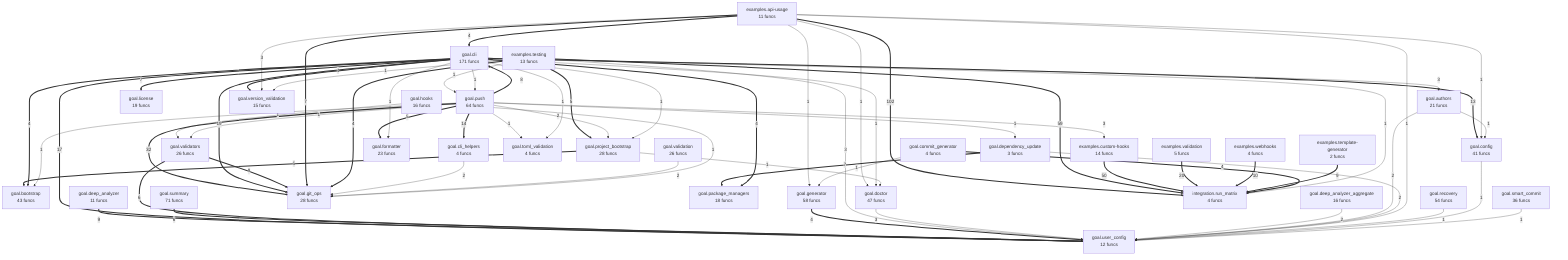
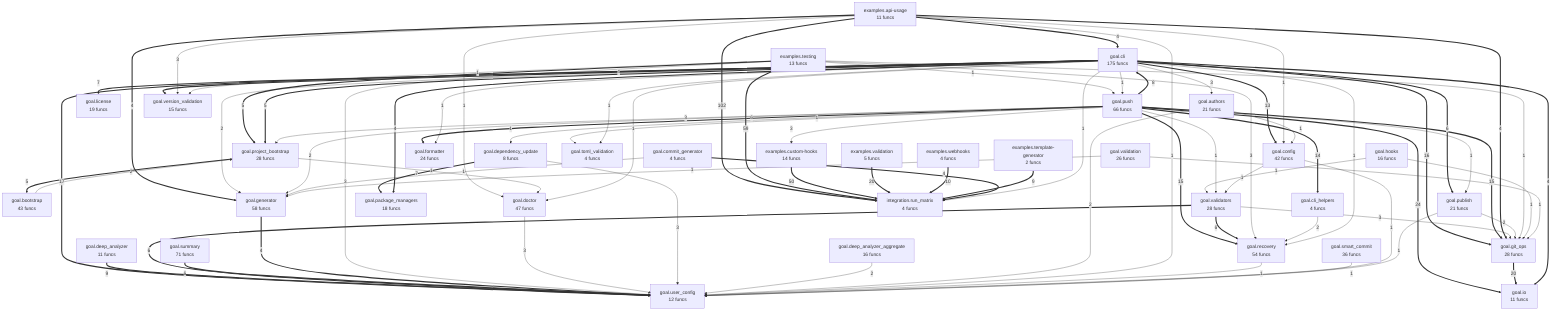
flowchart TD
%% generated in 0.02s
    examples__api_usage["examples.api-usage<br/>11 funcs"]
    examples__custom_hooks["examples.custom-hooks<br/>14 funcs"]
    examples__template_generator["examples.template-generator<br/>2 funcs"]
    examples__testing["examples.testing<br/>13 funcs"]
    examples__validation["examples.validation<br/>5 funcs"]
    examples__webhooks["examples.webhooks<br/>4 funcs"]
    goal__authors["goal.authors<br/>21 funcs"]
    goal__bootstrap["goal.bootstrap<br/>43 funcs"]
-     goal__cli["goal.cli<br/>171 funcs"]
+     goal__cli["goal.cli<br/>175 funcs"]
    goal__cli_helpers["goal.cli_helpers<br/>4 funcs"]
    goal__commit_generator["goal.commit_generator<br/>4 funcs"]
-     goal__config["goal.config<br/>41 funcs"]
+     goal__config["goal.config<br/>42 funcs"]
    goal__deep_analyzer["goal.deep_analyzer<br/>11 funcs"]
    goal__deep_analyzer_aggregate["goal.deep_analyzer_aggregate<br/>16 funcs"]
-     goal__dependency_update["goal.dependency_update<br/>3 funcs"]
+     goal__dependency_update["goal.dependency_update<br/>8 funcs"]
    goal__doctor["goal.doctor<br/>47 funcs"]
-     goal__formatter["goal.formatter<br/>23 funcs"]
+     goal__formatter["goal.formatter<br/>24 funcs"]
    goal__generator["goal.generator<br/>58 funcs"]
    goal__git_ops["goal.git_ops<br/>28 funcs"]
    goal__hooks["goal.hooks<br/>16 funcs"]
+     goal__io["goal.io<br/>11 funcs"]
    goal__license["goal.license<br/>19 funcs"]
    goal__package_managers["goal.package_managers<br/>18 funcs"]
    goal__project_bootstrap["goal.project_bootstrap<br/>28 funcs"]
-     goal__push["goal.push<br/>64 funcs"]
+     goal__publish["goal.publish<br/>21 funcs"]
+     goal__push["goal.push<br/>66 funcs"]
    goal__recovery["goal.recovery<br/>54 funcs"]
    goal__smart_commit["goal.smart_commit<br/>36 funcs"]
    goal__summary["goal.summary<br/>71 funcs"]
    goal__toml_validation["goal.toml_validation<br/>4 funcs"]
    goal__user_config["goal.user_config<br/>12 funcs"]
    goal__validation["goal.validation<br/>26 funcs"]
-     goal__validators["goal.validators<br/>26 funcs"]
+     goal__validators["goal.validators<br/>28 funcs"]
    goal__version_validation["goal.version_validation<br/>15 funcs"]
    integration__run_matrix["integration.run_matrix<br/>4 funcs"]
    examples__api_usage ==>|102| integration__run_matrix
    examples__testing ==>|59| integration__run_matrix
    examples__custom_hooks ==>|50| integration__run_matrix
-     goal__push ==>|32| goal__git_ops
+     goal__push ==>|24| goal__io
    examples__validation ==>|20| integration__run_matrix
-     goal__cli ==>|19| goal__git_ops
+     goal__git_ops ==>|20| goal__io
    goal__cli ==>|17| goal__user_config
+     goal__cli ==>|16| goal__git_ops
+     goal__push ==>|15| goal__git_ops
+     goal__push ==>|15| goal__recovery
    goal__push ==>|14| goal__cli_helpers
    goal__cli ==>|13| goal__config
    examples__webhooks ==>|10| integration__run_matrix
    examples__template_generator ==>|9| integration__run_matrix
    goal__deep_analyzer ==>|9| goal__user_config
-     goal__validators ==>|9| goal__git_ops
    goal__push ==>|8| goal__cli
-     examples__api_usage ==>|7| goal__git_ops
    goal__cli ==>|7| goal__license
    goal__dependency_update ==>|7| goal__package_managers
    goal__validators ==>|6| goal__user_config
+     goal__validators ==>|6| goal__recovery
+     goal__push ==>|6| goal__formatter
    goal__summary ==>|6| goal__user_config
+     goal__cli ==>|6| goal__publish
    examples__testing ==>|5| goal__project_bootstrap
-     goal__push ==>|5| goal__formatter
    goal__project_bootstrap ==>|5| goal__bootstrap
+     goal__cli ==>|5| goal__project_bootstrap
    examples__api_usage ==>|4| goal__cli
-     examples__testing ==>|4| goal__git_ops
+     examples__api_usage ==>|4| goal__git_ops
+     examples__api_usage ==>|4| goal__generator
    goal__commit_generator ==>|4| integration__run_matrix
    goal__generator ==>|4| goal__user_config
-     goal__cli ==>|4| goal__bootstrap
+     goal__cli ==>|4| goal__version_validation
    goal__cli ==>|4| goal__package_managers
-     goal__cli ==>|4| goal__version_validation
+     goal__cli ==>|4| goal__io
    examples__api_usage -->|3| goal__version_validation
    examples__testing -->|3| goal__user_config
+     examples__testing -->|3| goal__recovery
    goal__push -->|3| examples__custom_hooks
    goal__cli -->|3| goal__authors
    goal__doctor -->|3| goal__user_config
+     goal__dependency_update -->|3| goal__user_config
+     goal__validators -->|3| goal__git_ops
+     goal__push -->|3| goal__project_bootstrap
    goal__deep_analyzer_aggregate -->|2| goal__user_config
-     goal__cli_helpers -->|2| goal__git_ops
-     goal__validation -->|2| goal__git_ops
+     goal__cli_helpers -->|2| goal__recovery
+     goal__bootstrap -->|2| goal__project_bootstrap
+     goal__cli -->|2| goal__generator
    goal__authors -->|2| goal__user_config
-     goal__dependency_update -->|2| goal__user_config
-     goal__push -->|2| goal__project_bootstrap
+     goal__push -->|2| goal__generator
+     goal__publish -->|2| goal__git_ops
    examples__api_usage -->|1| goal__config
    examples__api_usage -->|1| goal__user_config
    examples__api_usage -->|1| goal__doctor
-     examples__api_usage -->|1| goal__generator
    examples__testing -->|1| goal__version_validation
+     examples__testing -->|1| goal__git_ops
    examples__testing -->|1| goal__push
+     goal__project_bootstrap -->|1| goal__doctor
    goal__cli -->|1| integration__run_matrix
    goal__commit_generator -->|1| goal__generator
    goal__hooks -->|1| goal__git_ops
    goal__hooks -->|1| goal__validators
    goal__recovery -->|1| goal__user_config
    goal__cli -->|1| goal__doctor
    goal__cli -->|1| goal__formatter
-     goal__cli -->|1| goal__project_bootstrap
-     goal__cli -->|1| goal__push
-     goal__config -->|1| goal__user_config
+     goal__cli -->|1| goal__recovery
+     goal__validation -->|1| goal__git_ops
+     goal__validation -->|1| goal__generator
    goal__smart_commit -->|1| goal__user_config
    goal__authors -->|1| goal__config
-     goal__project_bootstrap -->|1| goal__doctor
    goal__push -->|1| goal__toml_validation
    goal__push -->|1| goal__dependency_update
-     goal__push -->|1| goal__bootstrap
    goal__push -->|1| goal__validators
+     goal__push -->|1| goal__publish
    goal__cli -->|1| goal__toml_validation
+     goal__cli -->|1| goal__push
+     goal__config -->|1| goal__validators
+     goal__config -->|1| goal__user_config
+     goal__publish -->|1| goal__user_config
